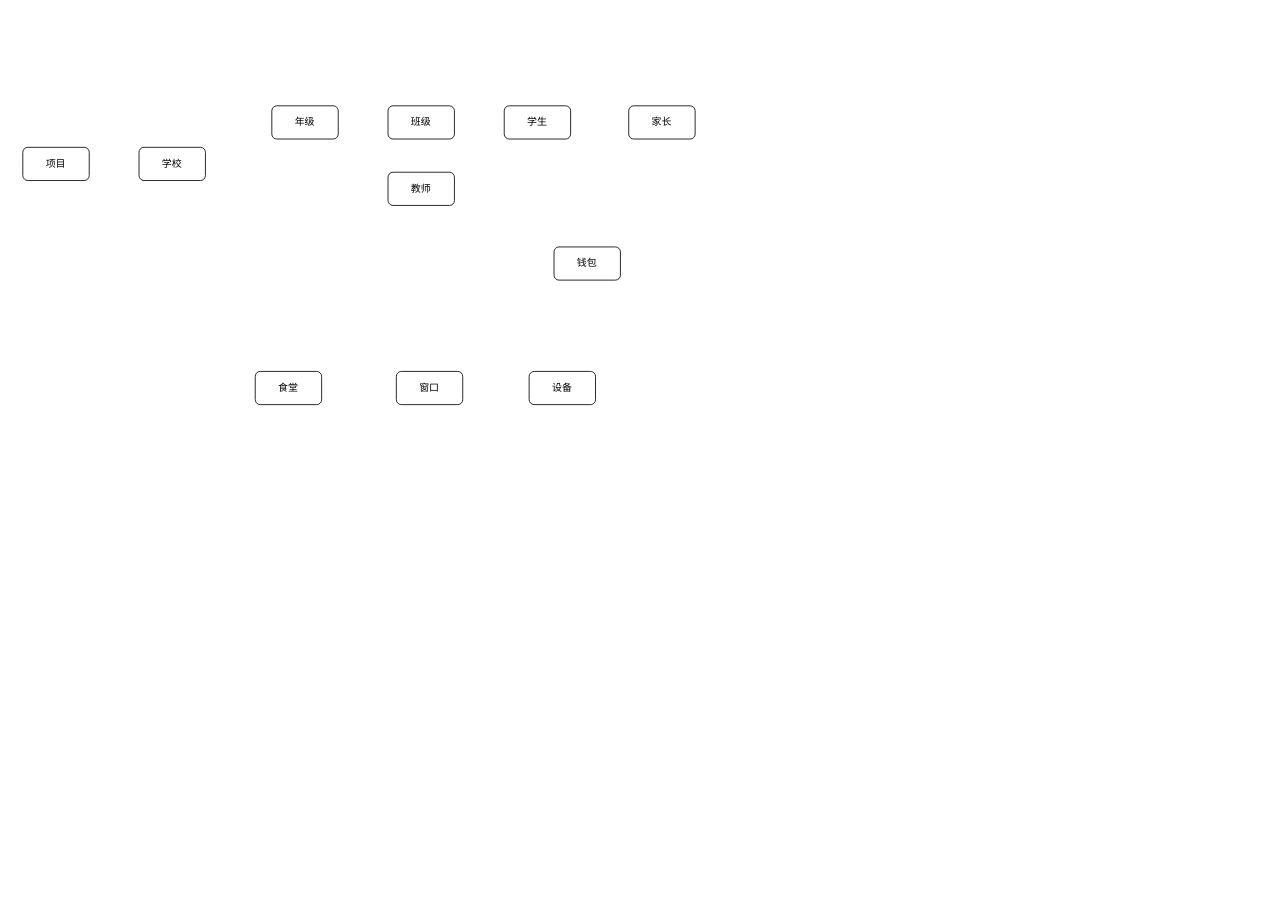
Earlier version of the draw.io diagram page "概念模型" (1 of 2) of 聚利合.drawio (shixw/drawio-depository). Source tidied: cells renumbered, new cells numbered last; positions are measured from the earlier drawing's top-left corner, leaving out a move shared by most shapes. Both pictures are drawn from the tidied source at 83%, with x=0, y=0 at pixel (22, 105).
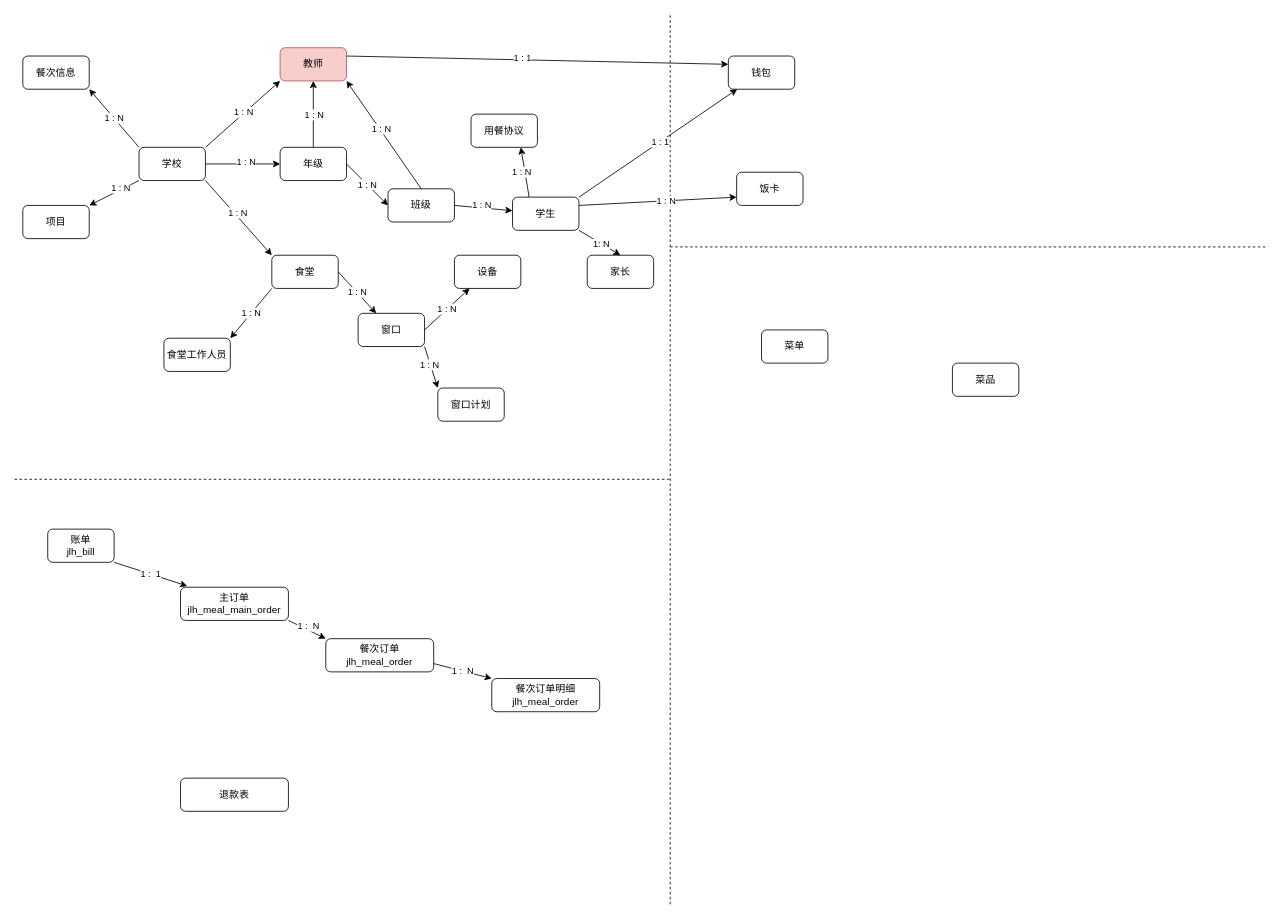
The same page after the edit.

Unchanged cells that the change refers to:
```xml
<mxCell id="2" value="学校" style="rounded=1;whiteSpace=wrap;html=1;" parent="1" vertex="1">
  <mxGeometry x="140" y="50" width="80" height="40" as="geometry" />
</mxCell>
```

Diff of the diagram source:
```diff
@@
     <mxCell id="3" value="项目" style="rounded=1;whiteSpace=wrap;html=1;" parent="1" vertex="1">
-      <mxGeometry y="50" width="80" height="40" as="geometry" />
+      <mxGeometry y="120" width="80" height="40" as="geometry" />
     </mxCell>
     <mxCell id="4" value="班级" style="rounded=1;whiteSpace=wrap;html=1;" parent="1" vertex="1">
-      <mxGeometry x="440" width="80" height="40" as="geometry" />
+      <mxGeometry x="440" y="100" width="80" height="40" as="geometry" />
     </mxCell>
     <mxCell id="5" value="学生" style="rounded=1;whiteSpace=wrap;html=1;" parent="1" vertex="1">
-      <mxGeometry x="580" width="80" height="40" as="geometry" />
+      <mxGeometry x="590" y="110" width="80" height="40" as="geometry" />
     </mxCell>
-    <mxCell id="6" value="教师" style="rounded=1;whiteSpace=wrap;html=1;" parent="1" vertex="1">
-      <mxGeometry x="440" y="80" width="80" height="40" as="geometry" />
+    <mxCell id="6" value="教师" style="rounded=1;whiteSpace=wrap;html=1;fillColor=#f8cecc;strokeColor=#b85450;" parent="1" vertex="1">
+      <mxGeometry x="310" y="-70" width="80" height="40" as="geometry" />
     </mxCell>
     <mxCell id="7" value="家长" style="rounded=1;whiteSpace=wrap;html=1;" parent="1" vertex="1">
-      <mxGeometry x="730" width="80" height="40" as="geometry" />
+      <mxGeometry x="680" y="180" width="80" height="40" as="geometry" />
     </mxCell>
     <mxCell id="8" value="钱包" style="rounded=1;whiteSpace=wrap;html=1;" parent="1" vertex="1">
-      <mxGeometry x="640" y="170" width="80" height="40" as="geometry" />
+      <mxGeometry x="850" y="-60" width="80" height="40" as="geometry" />
     </mxCell>
     <mxCell id="9" value="食堂" style="rounded=1;whiteSpace=wrap;html=1;" parent="1" vertex="1">
-      <mxGeometry x="280" y="320" width="80" height="40" as="geometry" />
+      <mxGeometry x="300" y="180" width="80" height="40" as="geometry" />
     </mxCell>
     <mxCell id="10" value="窗口" style="rounded=1;whiteSpace=wrap;html=1;" parent="1" vertex="1">
-      <mxGeometry x="450" y="320" width="80" height="40" as="geometry" />
+      <mxGeometry x="404" y="250" width="80" height="40" as="geometry" />
     </mxCell>
     <mxCell id="11" value="年级" style="rounded=1;whiteSpace=wrap;html=1;" parent="1" vertex="1">
-      <mxGeometry x="300" width="80" height="40" as="geometry" />
+      <mxGeometry x="310" y="50" width="80" height="40" as="geometry" />
     </mxCell>
     <mxCell id="12" value="设备" style="rounded=1;whiteSpace=wrap;html=1;" parent="1" vertex="1">
-      <mxGeometry x="610" y="320" width="80" height="40" as="geometry" />
+      <mxGeometry x="520" y="180" width="80" height="40" as="geometry" />
     </mxCell>
+    <mxCell id="13" style="endArrow=none;dashed=1;html=1;rounded=0;" parent="1" edge="1">
+      <mxGeometry relative="1" as="geometry">
+        <mxPoint x="-10" y="450" as="sourcePoint" />
+        <mxPoint x="780" y="450" as="targetPoint" />
+      </mxGeometry>
+    </mxCell>
+    <mxCell id="14" value="账单&lt;br&gt;jlh_bill" style="rounded=1;whiteSpace=wrap;html=1;" parent="1" vertex="1">
+      <mxGeometry x="30" y="510" width="80" height="40" as="geometry" />
+    </mxCell>
+    <mxCell id="15" value="主订单&lt;br&gt;jlh_meal_main_order" style="rounded=1;whiteSpace=wrap;html=1;" parent="1" vertex="1">
+      <mxGeometry x="190" y="580" width="130" height="40" as="geometry" />
+    </mxCell>
+    <mxCell id="16" value="餐次订单&lt;br&gt;jlh_meal_order" style="rounded=1;whiteSpace=wrap;html=1;" parent="1" vertex="1">
+      <mxGeometry x="365" y="642" width="130" height="40" as="geometry" />
+    </mxCell>
+    <mxCell id="17" value="餐次订单明细&lt;br&gt;jlh_meal_order" style="rounded=1;whiteSpace=wrap;html=1;" parent="1" vertex="1">
+      <mxGeometry x="565" y="690" width="130" height="40" as="geometry" />
+    </mxCell>
+    <mxCell id="18" value="1 :&amp;nbsp; 1" style="endArrow=classic;html=1;rounded=0;entryX=0.062;entryY=-0.037;entryDx=0;entryDy=0;entryPerimeter=0;exitX=1;exitY=1;exitDx=0;exitDy=0;" parent="1" edge="1" source="14" target="15">
+      <mxGeometry relative="1" as="geometry" />
+    </mxCell>
+    <mxCell id="19" style="endArrow=classic;html=1;rounded=0;entryX=0;entryY=0;entryDx=0;entryDy=0;exitX=1;exitY=1;exitDx=0;exitDy=0;" parent="1" edge="1" source="15" target="16">
+      <mxGeometry relative="1" as="geometry" />
+    </mxCell>
+    <mxCell id="20" value="1 :&amp;nbsp; N" style="edgeLabel;html=1;align=center;verticalAlign=middle;" parent="19" vertex="1">
+      <mxGeometry x="-0.03" y="4" relative="1" as="geometry" />
+    </mxCell>
+    <mxCell id="21" value="1 :&amp;nbsp; N" style="endArrow=classic;html=1;rounded=0;exitX=1;exitY=0.75;exitDx=0;exitDy=0;entryX=0;entryY=0;entryDx=0;entryDy=0;" parent="1" edge="1" source="16" target="17">
+      <mxGeometry relative="1" as="geometry" />
+    </mxCell>
+    <mxCell id="22" value="退款表" style="rounded=1;whiteSpace=wrap;html=1;" parent="1" vertex="1">
+      <mxGeometry x="190" y="810" width="130" height="40" as="geometry" />
+    </mxCell>
+    <mxCell id="23" style="endArrow=classic;html=1;rounded=0;exitX=0;exitY=1;exitDx=0;exitDy=0;entryX=1;entryY=0;entryDx=0;entryDy=0;" parent="1" edge="1" source="2" target="3">
+      <mxGeometry relative="1" as="geometry" />
+    </mxCell>
+    <mxCell id="24" value="1 : N" style="edgeLabel;html=1;align=center;verticalAlign=middle;" parent="23" vertex="1">
+      <mxGeometry x="-0.27" y="-2" relative="1" as="geometry" />
+    </mxCell>
+    <mxCell id="25" style="endArrow=classic;html=1;rounded=0;exitX=1;exitY=0.5;exitDx=0;exitDy=0;entryX=0;entryY=0.5;entryDx=0;entryDy=0;" parent="1" edge="1" source="2" target="11">
+      <mxGeometry relative="1" as="geometry" />
+    </mxCell>
+    <mxCell id="26" value="1 : N" style="edgeLabel;html=1;align=center;verticalAlign=middle;" parent="25" vertex="1">
+      <mxGeometry x="0.06" y="3" relative="1" as="geometry" />
+    </mxCell>
+    <mxCell id="27" value="1 : N" style="endArrow=classic;html=1;rounded=0;exitX=1;exitY=0.5;exitDx=0;exitDy=0;entryX=0;entryY=0.5;entryDx=0;entryDy=0;" parent="1" edge="1" source="11" target="4">
+      <mxGeometry relative="1" as="geometry" />
+    </mxCell>
+    <mxCell id="28" style="endArrow=classic;html=1;rounded=0;exitX=1;exitY=0.5;exitDx=0;exitDy=0;" parent="1" edge="1" source="4" target="5">
+      <mxGeometry relative="1" as="geometry" />
+    </mxCell>
+    <mxCell id="29" value="1 : N" style="edgeLabel;html=1;align=center;verticalAlign=middle;" parent="28" vertex="1">
+      <mxGeometry x="-0.1" y="3" relative="1" as="geometry" />
+    </mxCell>
+    <mxCell id="30" style="endArrow=classic;html=1;rounded=0;exitX=1;exitY=1;exitDx=0;exitDy=0;entryX=0.5;entryY=0;entryDx=0;entryDy=0;" parent="1" edge="1" source="5" target="7">
+      <mxGeometry relative="1" as="geometry" />
+    </mxCell>
+    <mxCell id="31" value="1: N" style="edgeLabel;html=1;align=center;verticalAlign=middle;" parent="30" vertex="1">
+      <mxGeometry x="0.33" y="-1" relative="1" as="geometry">
+        <mxPoint x="-6" y="-4" as="offset" />
+      </mxGeometry>
+    </mxCell>
+    <mxCell id="32" style="endArrow=classic;html=1;rounded=0;exitX=1;exitY=1;exitDx=0;exitDy=0;entryX=0;entryY=0;entryDx=0;entryDy=0;" parent="1" edge="1" source="2" target="9">
+      <mxGeometry relative="1" as="geometry" />
+    </mxCell>
+    <mxCell id="33" value="1 : N" style="edgeLabel;html=1;align=center;verticalAlign=middle;" parent="32" vertex="1">
+      <mxGeometry x="-0.11" y="3" relative="1" as="geometry" />
+    </mxCell>
+    <mxCell id="34" value="1 : N" style="endArrow=classic;html=1;rounded=0;exitX=1;exitY=0.5;exitDx=0;exitDy=0;" parent="1" edge="1" source="9" target="10">
+      <mxGeometry relative="1" as="geometry" />
+    </mxCell>
+    <mxCell id="35" value="1 : N" style="endArrow=classic;html=1;rounded=0;exitX=1;exitY=0.5;exitDx=0;exitDy=0;" parent="1" edge="1" source="10" target="12">
+      <mxGeometry relative="1" as="geometry" />
+    </mxCell>
+    <mxCell id="36" style="endArrow=none;dashed=1;html=1;rounded=0;" parent="1" edge="1">
+      <mxGeometry relative="1" as="geometry">
+        <mxPoint x="780" y="962" as="sourcePoint" />
+        <mxPoint x="780" y="-110" as="targetPoint" />
+      </mxGeometry>
+    </mxCell>
+    <mxCell id="37" style="endArrow=classic;html=1;rounded=0;exitX=1;exitY=0;exitDx=0;exitDy=0;" parent="1" edge="1" source="5" target="8">
+      <mxGeometry relative="1" as="geometry" />
+    </mxCell>
+    <mxCell id="38" value="1 : 1" style="edgeLabel;html=1;align=center;verticalAlign=middle;" parent="37" vertex="1">
+      <mxGeometry x="0.02" relative="1" as="geometry" />
+    </mxCell>
+    <mxCell id="39" style="endArrow=classic;html=1;rounded=0;exitX=1;exitY=0;exitDx=0;exitDy=0;entryX=0;entryY=1;entryDx=0;entryDy=0;" parent="1" edge="1" source="2" target="6">
+      <mxGeometry relative="1" as="geometry" />
+    </mxCell>
+    <mxCell id="40" value="1 : N" style="edgeLabel;html=1;align=center;verticalAlign=middle;" parent="39" vertex="1">
+      <mxGeometry x="0.03" y="2" relative="1" as="geometry" />
+    </mxCell>
+    <mxCell id="41" style="endArrow=classic;html=1;rounded=0;entryX=0.5;entryY=1;entryDx=0;entryDy=0;exitX=0.5;exitY=0;exitDx=0;exitDy=0;" parent="1" edge="1" source="11" target="6">
+      <mxGeometry relative="1" as="geometry" />
+    </mxCell>
+    <mxCell id="42" value="1 : N" style="edgeLabel;html=1;align=center;verticalAlign=middle;" parent="41" vertex="1">
+      <mxGeometry x="0.23" y="-2" relative="1" as="geometry">
+        <mxPoint x="-2" y="9" as="offset" />
+      </mxGeometry>
+    </mxCell>
+    <mxCell id="43" style="endArrow=classic;html=1;rounded=0;exitX=0.5;exitY=0;exitDx=0;exitDy=0;entryX=1;entryY=1;entryDx=0;entryDy=0;" parent="1" edge="1" source="4" target="6">
+      <mxGeometry relative="1" as="geometry" />
+    </mxCell>
+    <mxCell id="44" value="1 : N" style="edgeLabel;html=1;align=center;verticalAlign=middle;" parent="43" vertex="1">
+      <mxGeometry x="0.1" y="-1" relative="1" as="geometry" />
+    </mxCell>
+    <mxCell id="45" style="endArrow=classic;html=1;rounded=0;exitX=1;exitY=0.25;exitDx=0;exitDy=0;entryX=0;entryY=0.25;entryDx=0;entryDy=0;" parent="1" edge="1" source="6" target="8">
+      <mxGeometry relative="1" as="geometry" />
+    </mxCell>
+    <mxCell id="46" value="1 : 1" style="edgeLabel;html=1;align=center;verticalAlign=middle;" parent="45" vertex="1">
+      <mxGeometry x="-0.08" y="2" relative="1" as="geometry" />
+    </mxCell>
+    <mxCell id="47" value="食堂工作人员" style="rounded=1;whiteSpace=wrap;html=1;" parent="1" vertex="1">
+      <mxGeometry x="170" y="280" width="80" height="40" as="geometry" />
+    </mxCell>
+    <mxCell id="48" value="1 : N" style="endArrow=classic;html=1;rounded=0;exitX=0;exitY=1;exitDx=0;exitDy=0;entryX=1;entryY=0;entryDx=0;entryDy=0;" parent="1" edge="1" source="9" target="47">
+      <mxGeometry relative="1" as="geometry" />
+    </mxCell>
+    <mxCell id="49" value="窗口计划" style="rounded=1;whiteSpace=wrap;html=1;" parent="1" vertex="1">
+      <mxGeometry x="500" y="340" width="80" height="40" as="geometry" />
+    </mxCell>
+    <mxCell id="50" style="endArrow=classic;html=1;rounded=0;exitX=1;exitY=1;exitDx=0;exitDy=0;entryX=0;entryY=0;entryDx=0;entryDy=0;" parent="1" edge="1" source="10" target="49">
+      <mxGeometry relative="1" as="geometry" />
+    </mxCell>
+    <mxCell id="51" value="1 : N" style="edgeLabel;html=1;align=center;verticalAlign=middle;" parent="50" vertex="1">
+      <mxGeometry x="-0.15" y="-1" relative="1" as="geometry" />
+    </mxCell>
+    <mxCell id="52" value="餐次信息" style="rounded=1;whiteSpace=wrap;html=1;" parent="1" vertex="1">
+      <mxGeometry y="-60" width="80" height="40" as="geometry" />
+    </mxCell>
+    <mxCell id="53" value="1 : N" style="endArrow=classic;html=1;rounded=0;exitX=0;exitY=0;exitDx=0;exitDy=0;entryX=1;entryY=1;entryDx=0;entryDy=0;" parent="1" edge="1" source="2" target="52">
+      <mxGeometry relative="1" as="geometry" />
+    </mxCell>
+    <mxCell id="54" value="饭卡" style="rounded=1;whiteSpace=wrap;html=1;" parent="1" vertex="1">
+      <mxGeometry x="860" y="80" width="80" height="40" as="geometry" />
+    </mxCell>
+    <mxCell id="55" style="endArrow=classic;html=1;rounded=0;exitX=1;exitY=0.25;exitDx=0;exitDy=0;entryX=0;entryY=0.75;entryDx=0;entryDy=0;" parent="1" edge="1" source="5" target="54">
+      <mxGeometry relative="1" as="geometry" />
+    </mxCell>
+    <mxCell id="56" value="1 : N" style="edgeLabel;html=1;align=center;verticalAlign=middle;" parent="55" vertex="1">
+      <mxGeometry x="0.1" relative="1" as="geometry" />
+    </mxCell>
+    <mxCell id="57" style="endArrow=none;dashed=1;html=1;rounded=0;" parent="1" edge="1">
+      <mxGeometry relative="1" as="geometry">
+        <mxPoint x="780" y="170" as="sourcePoint" />
+        <mxPoint x="1500" y="170" as="targetPoint" />
+      </mxGeometry>
+    </mxCell>
+    <mxCell id="58" value="菜单" style="rounded=1;whiteSpace=wrap;html=1;" parent="1" vertex="1">
+      <mxGeometry x="890" y="270" width="80" height="40" as="geometry" />
+    </mxCell>
+    <mxCell id="59" value="菜品" style="rounded=1;whiteSpace=wrap;html=1;" parent="1" vertex="1">
+      <mxGeometry x="1120" y="310" width="80" height="40" as="geometry" />
+    </mxCell>
+    <mxCell id="60" value="用餐协议" style="rounded=1;whiteSpace=wrap;html=1;" parent="1" vertex="1">
+      <mxGeometry x="540" y="10" width="80" height="40" as="geometry" />
+    </mxCell>
+    <mxCell id="61" style="endArrow=classic;html=1;rounded=0;exitX=0.25;exitY=0;exitDx=0;exitDy=0;entryX=0.75;entryY=1;entryDx=0;entryDy=0;" parent="1" edge="1" source="5" target="60">
+      <mxGeometry relative="1" as="geometry" />
+    </mxCell>
+    <mxCell id="62" value="1 : N" style="edgeLabel;html=1;align=center;verticalAlign=middle;" parent="61" vertex="1">
+      <mxGeometry x="0.16" y="1" relative="1" as="geometry">
+        <mxPoint x="-3" y="4" as="offset" />
+      </mxGeometry>
+    </mxCell>
```
